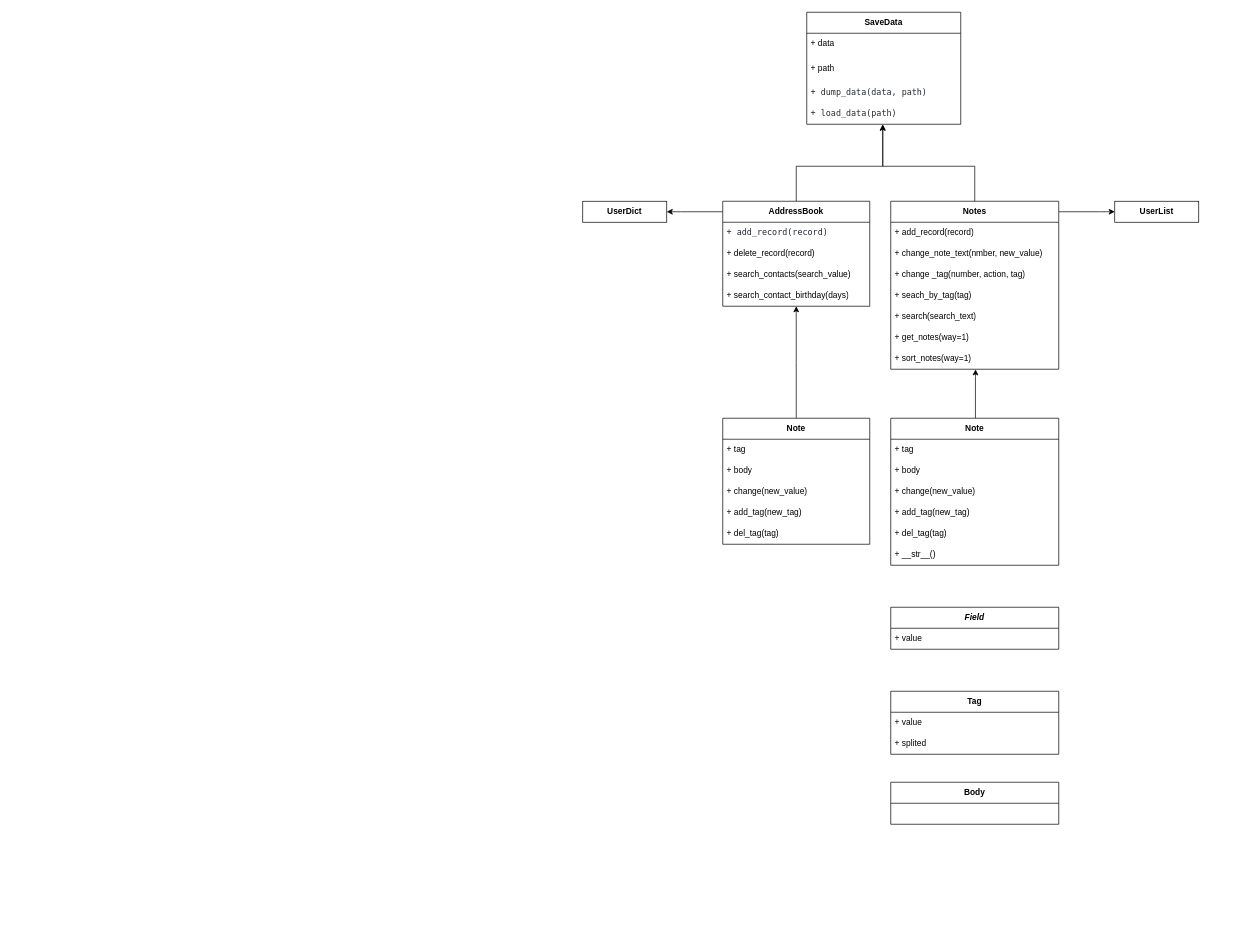
This is bot_assistant.drawio from tymoshchuk-vladyslav/bot_assistant, a draw.io file, before an edit. Source tidied: cells renumbered, new cells numbered last; positions are measured from the earlier drawing's top-left corner, leaving out a move shared by most shapes. Both pictures are drawn from the tidied source at 70%, with x=0, y=0 at pixel (582, 12).
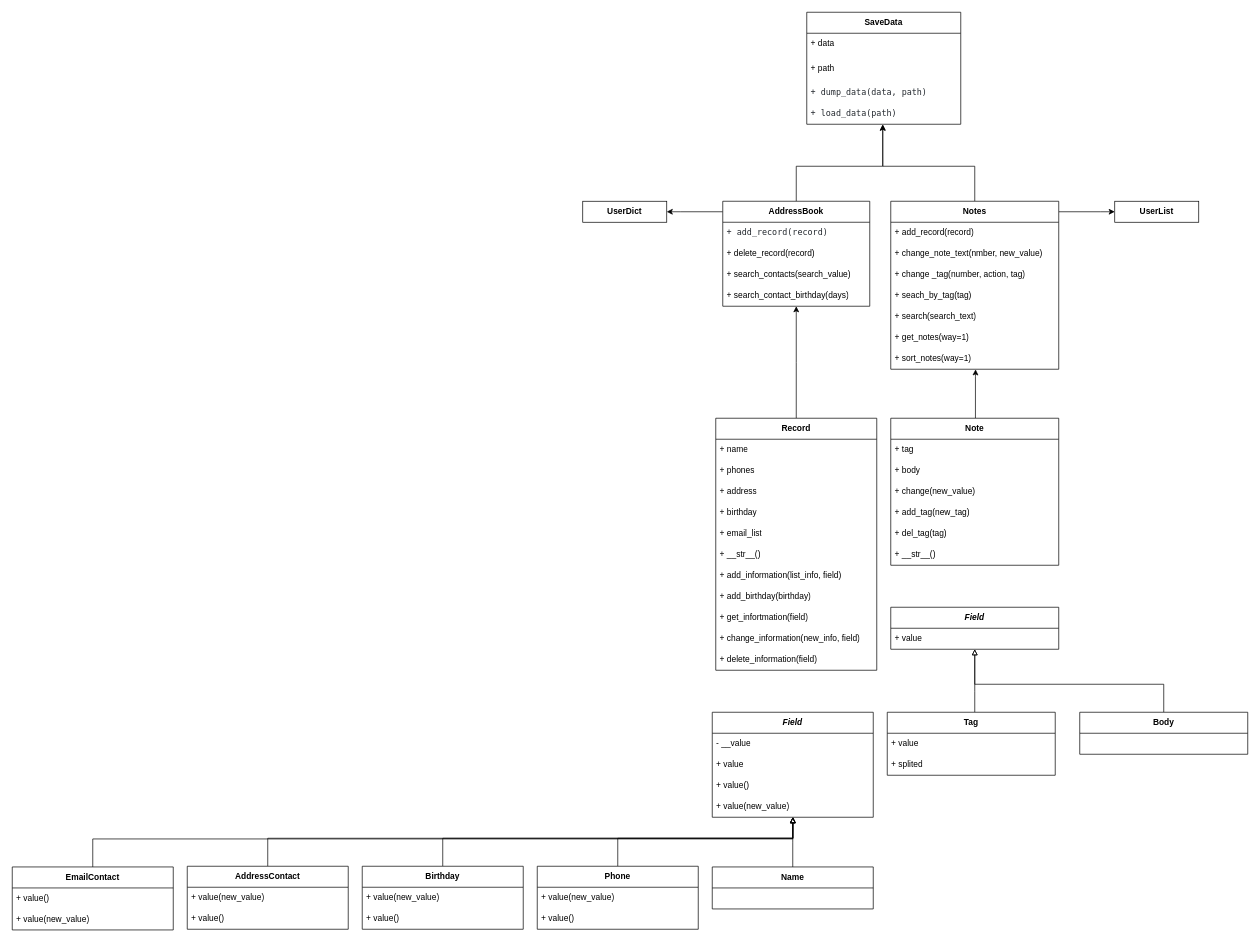
The same diagram, later.

Unchanged cells that the change refers to:
```xml
<mxCell id="44" value="+ value" style="text;strokeColor=none;fillColor=none;align=left;verticalAlign=middle;spacingLeft=4;spacingRight=4;overflow=hidden;points=[[0,0.5],[1,0.5]];portConstraint=eastwest;whiteSpace=wrap;html=1;" parent="43" vertex="1">
  <mxGeometry y="30" width="240" height="30" as="geometry" />
</mxCell>
```

Diff of the diagram source:
```diff
@@
-    <mxCell id="37" value="&lt;b&gt;Note&lt;/b&gt;" style="swimlane;fontStyle=0;horizontal=1;startSize=30;whiteSpace=wrap;html=1;" parent="1" vertex="1">
-      <mxGeometry x="200" y="580" width="210" height="180" as="geometry" />
+    <mxCell id="37" value="&lt;b&gt;Record&lt;/b&gt;" style="swimlane;fontStyle=0;horizontal=1;startSize=30;whiteSpace=wrap;html=1;" parent="1" vertex="1">
+      <mxGeometry x="190" y="580" width="230" height="360" as="geometry" />
     </mxCell>
-    <mxCell id="38" value="+ tag" style="text;strokeColor=none;fillColor=none;align=left;verticalAlign=middle;spacingLeft=4;spacingRight=4;overflow=hidden;whiteSpace=wrap;html=1;" parent="37" vertex="1">
-      <mxGeometry y="30" width="210" height="30" as="geometry" />
+    <mxCell id="38" value="+ name" style="text;strokeColor=none;fillColor=none;align=left;verticalAlign=middle;spacingLeft=4;spacingRight=4;overflow=hidden;whiteSpace=wrap;html=1;" parent="37" vertex="1">
+      <mxGeometry y="30" width="230" height="30" as="geometry" />
     </mxCell>
-    <mxCell id="39" value="+ body" style="text;strokeColor=none;fillColor=none;align=left;verticalAlign=middle;spacingLeft=4;spacingRight=4;overflow=hidden;whiteSpace=wrap;html=1;" parent="37" vertex="1">
-      <mxGeometry y="60" width="210" height="30" as="geometry" />
+    <mxCell id="39" value="+ phones" style="text;strokeColor=none;fillColor=none;align=left;verticalAlign=middle;spacingLeft=4;spacingRight=4;overflow=hidden;whiteSpace=wrap;html=1;" parent="37" vertex="1">
+      <mxGeometry y="60" width="230" height="30" as="geometry" />
     </mxCell>
-    <mxCell id="40" value="+ change(new_value)" style="text;strokeColor=none;fillColor=none;align=left;verticalAlign=middle;spacingLeft=4;spacingRight=4;overflow=hidden;whiteSpace=wrap;html=1;" parent="37" vertex="1">
-      <mxGeometry y="90" width="210" height="30" as="geometry" />
+    <mxCell id="40" value="+ address" style="text;strokeColor=none;fillColor=none;align=left;verticalAlign=middle;spacingLeft=4;spacingRight=4;overflow=hidden;whiteSpace=wrap;html=1;" parent="37" vertex="1">
+      <mxGeometry y="90" width="230" height="30" as="geometry" />
     </mxCell>
-    <mxCell id="41" value="+ add_tag(new_tag)" style="text;strokeColor=none;fillColor=none;align=left;verticalAlign=middle;spacingLeft=4;spacingRight=4;overflow=hidden;whiteSpace=wrap;html=1;" parent="37" vertex="1">
-      <mxGeometry y="120" width="210" height="30" as="geometry" />
+    <mxCell id="41" value="+ birthday" style="text;strokeColor=none;fillColor=none;align=left;verticalAlign=middle;spacingLeft=4;spacingRight=4;overflow=hidden;whiteSpace=wrap;html=1;" parent="37" vertex="1">
+      <mxGeometry y="120" width="230" height="30" as="geometry" />
     </mxCell>
-    <mxCell id="42" value="+ del_tag(tag)" style="text;strokeColor=none;fillColor=none;align=left;verticalAlign=middle;spacingLeft=4;spacingRight=4;overflow=hidden;whiteSpace=wrap;html=1;" parent="37" vertex="1">
-      <mxGeometry y="150" width="210" height="30" as="geometry" />
+    <mxCell id="42" value="+ email_list" style="text;strokeColor=none;fillColor=none;align=left;verticalAlign=middle;spacingLeft=4;spacingRight=4;overflow=hidden;whiteSpace=wrap;html=1;" parent="37" vertex="1">
+      <mxGeometry y="150" width="230" height="30" as="geometry" />
     </mxCell>
+    <mxCell id="49" value="+ __str__()" style="text;strokeColor=none;fillColor=none;align=left;verticalAlign=middle;spacingLeft=4;spacingRight=4;overflow=hidden;whiteSpace=wrap;html=1;" parent="37" vertex="1">
+      <mxGeometry y="180" width="230" height="30" as="geometry" />
+    </mxCell>
+    <mxCell id="50" value="+ add_information(list_info, field)" style="text;strokeColor=none;fillColor=none;align=left;verticalAlign=middle;spacingLeft=4;spacingRight=4;overflow=hidden;whiteSpace=wrap;html=1;" parent="37" vertex="1">
+      <mxGeometry y="210" width="230" height="30" as="geometry" />
+    </mxCell>
+    <mxCell id="51" value="+ add_birthday(birthday)" style="text;strokeColor=none;fillColor=none;align=left;verticalAlign=middle;spacingLeft=4;spacingRight=4;overflow=hidden;whiteSpace=wrap;html=1;" parent="37" vertex="1">
+      <mxGeometry y="240" width="230" height="30" as="geometry" />
+    </mxCell>
+    <mxCell id="52" value="+ get_infortmation(field)" style="text;strokeColor=none;fillColor=none;align=left;verticalAlign=middle;spacingLeft=4;spacingRight=4;overflow=hidden;whiteSpace=wrap;html=1;" parent="37" vertex="1">
+      <mxGeometry y="270" width="230" height="30" as="geometry" />
+    </mxCell>
+    <mxCell id="53" value="+ change_information(new_info, field)" style="text;strokeColor=none;fillColor=none;align=left;verticalAlign=middle;spacingLeft=4;spacingRight=4;overflow=hidden;whiteSpace=wrap;html=1;" parent="37" vertex="1">
+      <mxGeometry y="300" width="230" height="30" as="geometry" />
+    </mxCell>
+    <mxCell id="54" value="+ delete_information(field)" style="text;strokeColor=none;fillColor=none;align=left;verticalAlign=middle;spacingLeft=4;spacingRight=4;overflow=hidden;whiteSpace=wrap;html=1;" parent="37" vertex="1">
+      <mxGeometry y="330" width="230" height="30" as="geometry" />
+    </mxCell>
@@
+    <mxCell id="55" style="edgeStyle=orthogonalEdgeStyle;rounded=0;jettySize=auto;html=1;strokeColor=default;endArrow=block;endFill=0;" parent="1" edge="1" source="45" target="44">
+      <mxGeometry relative="1" as="geometry">
+        <Array as="points">
+          <mxPoint x="560" y="970" />
+          <mxPoint x="560" y="970" />
+        </Array>
+      </mxGeometry>
+    </mxCell>
     <mxCell id="45" value="&lt;b&gt;Tag&lt;/b&gt;" style="swimlane;fontStyle=0;horizontal=1;startSize=30;whiteSpace=wrap;html=1;" parent="1" vertex="1">
-      <mxGeometry x="440" y="970" width="240" height="90" as="geometry" />
+      <mxGeometry x="435" y="1000" width="240" height="90" as="geometry" />
     </mxCell>
@@
+    <mxCell id="56" style="edgeStyle=orthogonalEdgeStyle;rounded=0;jettySize=auto;html=1;strokeColor=default;endArrow=block;endFill=0;" parent="1" edge="1" source="48">
+      <mxGeometry relative="1" as="geometry">
+        <mxPoint x="560" y="910" as="targetPoint" />
+        <Array as="points">
+          <mxPoint x="830" y="960" />
+          <mxPoint x="560" y="960" />
+        </Array>
+      </mxGeometry>
+    </mxCell>
     <mxCell id="48" value="&lt;b&gt;Body&lt;/b&gt;" style="swimlane;fontStyle=0;horizontal=1;startSize=30;whiteSpace=wrap;html=1;" parent="1" vertex="1">
-      <mxGeometry x="440" y="1100" width="240" height="60" as="geometry" />
+      <mxGeometry x="710" y="1000" width="240" height="60" as="geometry" />
     </mxCell>
+    <mxCell id="57" value="&lt;b&gt;&lt;i&gt;Field&lt;/i&gt;&lt;/b&gt;" style="swimlane;fontStyle=0;horizontal=1;startSize=30;whiteSpace=wrap;html=1;" parent="1" vertex="1">
+      <mxGeometry x="185" y="1000" width="230" height="150" as="geometry" />
+    </mxCell>
+    <mxCell id="58" value="- __value" style="text;strokeColor=none;fillColor=none;align=left;verticalAlign=middle;spacingLeft=4;spacingRight=4;overflow=hidden;whiteSpace=wrap;html=1;" parent="57" vertex="1">
+      <mxGeometry y="30" width="230" height="30" as="geometry" />
+    </mxCell>
+    <mxCell id="59" value="+ value" style="text;strokeColor=none;fillColor=none;align=left;verticalAlign=middle;spacingLeft=4;spacingRight=4;overflow=hidden;whiteSpace=wrap;html=1;" parent="57" vertex="1">
+      <mxGeometry y="60" width="230" height="30" as="geometry" />
+    </mxCell>
+    <mxCell id="60" value="+ value()" style="text;strokeColor=none;fillColor=none;align=left;verticalAlign=middle;spacingLeft=4;spacingRight=4;overflow=hidden;whiteSpace=wrap;html=1;" parent="57" vertex="1">
+      <mxGeometry y="90" width="230" height="30" as="geometry" />
+    </mxCell>
+    <mxCell id="61" value="+ value(new_value)" style="text;strokeColor=none;fillColor=none;align=left;verticalAlign=middle;spacingLeft=4;spacingRight=4;overflow=hidden;points=[[0,0.5],[1,0.5]];portConstraint=eastwest;whiteSpace=wrap;html=1;" parent="57" vertex="1">
+      <mxGeometry y="120" width="230" height="30" as="geometry" />
+    </mxCell>
+    <mxCell id="62" style="edgeStyle=orthogonalEdgeStyle;rounded=0;jettySize=auto;html=1;entryX=0.501;entryY=1;entryDx=0;entryDy=0;entryPerimeter=0;strokeColor=default;endArrow=block;endFill=0;" parent="1" edge="1" source="63" target="61">
+      <mxGeometry relative="1" as="geometry" />
+    </mxCell>
+    <mxCell id="63" value="&lt;b&gt;Name&lt;/b&gt;" style="swimlane;fontStyle=0;horizontal=1;startSize=30;whiteSpace=wrap;html=1;" parent="1" vertex="1">
+      <mxGeometry x="185" y="1221" width="230" height="60" as="geometry" />
+    </mxCell>
+    <mxCell id="64" style="edgeStyle=orthogonalEdgeStyle;rounded=0;jettySize=auto;html=1;entryX=0.501;entryY=1;entryDx=0;entryDy=0;entryPerimeter=0;strokeColor=default;endArrow=block;endFill=0;" parent="1" edge="1" source="65" target="61">
+      <mxGeometry relative="1" as="geometry">
+        <Array as="points">
+          <mxPoint x="50" y="1180" />
+          <mxPoint x="300" y="1180" />
+        </Array>
+      </mxGeometry>
+    </mxCell>
+    <mxCell id="65" value="&lt;b&gt;Phone&lt;/b&gt;" style="swimlane;fontStyle=0;horizontal=1;startSize=30;whiteSpace=wrap;html=1;" parent="1" vertex="1">
+      <mxGeometry x="-65" y="1220" width="230" height="90" as="geometry" />
+    </mxCell>
+    <mxCell id="66" value="+ value(new_value)" style="text;strokeColor=none;fillColor=none;align=left;verticalAlign=middle;spacingLeft=4;spacingRight=4;overflow=hidden;whiteSpace=wrap;html=1;" parent="65" vertex="1">
+      <mxGeometry y="30" width="230" height="30" as="geometry" />
+    </mxCell>
+    <mxCell id="67" value="+ value()" style="text;strokeColor=none;fillColor=none;align=left;verticalAlign=middle;spacingLeft=4;spacingRight=4;overflow=hidden;whiteSpace=wrap;html=1;" parent="65" vertex="1">
+      <mxGeometry y="60" width="230" height="30" as="geometry" />
+    </mxCell>
+    <mxCell id="68" style="edgeStyle=orthogonalEdgeStyle;rounded=0;jettySize=auto;html=1;strokeColor=default;endArrow=block;endFill=0;" parent="1" edge="1" source="69" target="61">
+      <mxGeometry relative="1" as="geometry">
+        <Array as="points">
+          <mxPoint x="-200" y="1180" />
+          <mxPoint x="300" y="1180" />
+        </Array>
+      </mxGeometry>
+    </mxCell>
+    <mxCell id="69" value="&lt;b&gt;Birthday&lt;/b&gt;" style="swimlane;fontStyle=0;horizontal=1;startSize=30;whiteSpace=wrap;html=1;" parent="1" vertex="1">
+      <mxGeometry x="-315" y="1220" width="230" height="90" as="geometry" />
+    </mxCell>
+    <mxCell id="70" value="+ value(new_value)" style="text;strokeColor=none;fillColor=none;align=left;verticalAlign=middle;spacingLeft=4;spacingRight=4;overflow=hidden;whiteSpace=wrap;html=1;" parent="69" vertex="1">
+      <mxGeometry y="30" width="230" height="30" as="geometry" />
+    </mxCell>
+    <mxCell id="71" value="+ value()" style="text;strokeColor=none;fillColor=none;align=left;verticalAlign=middle;spacingLeft=4;spacingRight=4;overflow=hidden;whiteSpace=wrap;html=1;" parent="69" vertex="1">
+      <mxGeometry y="60" width="230" height="30" as="geometry" />
+    </mxCell>
+    <mxCell id="72" style="edgeStyle=orthogonalEdgeStyle;rounded=0;jettySize=auto;html=1;strokeColor=default;entryX=0.501;entryY=0.98;entryDx=0;entryDy=0;entryPerimeter=0;endArrow=block;endFill=0;" parent="1" edge="1" source="73" target="61">
+      <mxGeometry relative="1" as="geometry">
+        <Array as="points">
+          <mxPoint x="-450" y="1180" />
+          <mxPoint x="300" y="1180" />
+        </Array>
+      </mxGeometry>
+    </mxCell>
+    <mxCell id="73" value="&lt;b&gt;AddressContact&lt;/b&gt;" style="swimlane;fontStyle=0;horizontal=1;startSize=30;whiteSpace=wrap;html=1;" parent="1" vertex="1">
+      <mxGeometry x="-565" y="1220" width="230" height="90" as="geometry" />
+    </mxCell>
+    <mxCell id="74" value="+ value(new_value)" style="text;strokeColor=none;fillColor=none;align=left;verticalAlign=middle;spacingLeft=4;spacingRight=4;overflow=hidden;whiteSpace=wrap;html=1;" parent="73" vertex="1">
+      <mxGeometry y="30" width="230" height="30" as="geometry" />
+    </mxCell>
+    <mxCell id="75" value="+ value()" style="text;strokeColor=none;fillColor=none;align=left;verticalAlign=middle;spacingLeft=4;spacingRight=4;overflow=hidden;whiteSpace=wrap;html=1;" parent="73" vertex="1">
+      <mxGeometry y="60" width="230" height="30" as="geometry" />
+    </mxCell>
+    <mxCell id="76" style="edgeStyle=orthogonalEdgeStyle;rounded=0;jettySize=auto;html=1;strokeColor=default;endArrow=block;endFill=0;" parent="1" edge="1" source="77">
+      <mxGeometry relative="1" as="geometry">
+        <mxPoint x="300" y="1150" as="targetPoint" />
+        <Array as="points">
+          <mxPoint x="-700" y="1181" />
+          <mxPoint x="300" y="1181" />
+        </Array>
+      </mxGeometry>
+    </mxCell>
+    <mxCell id="77" value="&lt;b&gt;EmailContact&lt;/b&gt;" style="swimlane;fontStyle=0;horizontal=1;startSize=30;whiteSpace=wrap;html=1;" parent="1" vertex="1">
+      <mxGeometry x="-815" y="1221" width="230" height="90" as="geometry" />
+    </mxCell>
+    <mxCell id="78" value="+ value()" style="text;strokeColor=none;fillColor=none;align=left;verticalAlign=middle;spacingLeft=4;spacingRight=4;overflow=hidden;whiteSpace=wrap;html=1;" parent="77" vertex="1">
+      <mxGeometry y="30" width="230" height="30" as="geometry" />
+    </mxCell>
+    <mxCell id="79" value="+ value(new_value)" style="text;strokeColor=none;fillColor=none;align=left;verticalAlign=middle;spacingLeft=4;spacingRight=4;overflow=hidden;whiteSpace=wrap;html=1;" parent="77" vertex="1">
+      <mxGeometry y="60" width="230" height="30" as="geometry" />
+    </mxCell>
```
